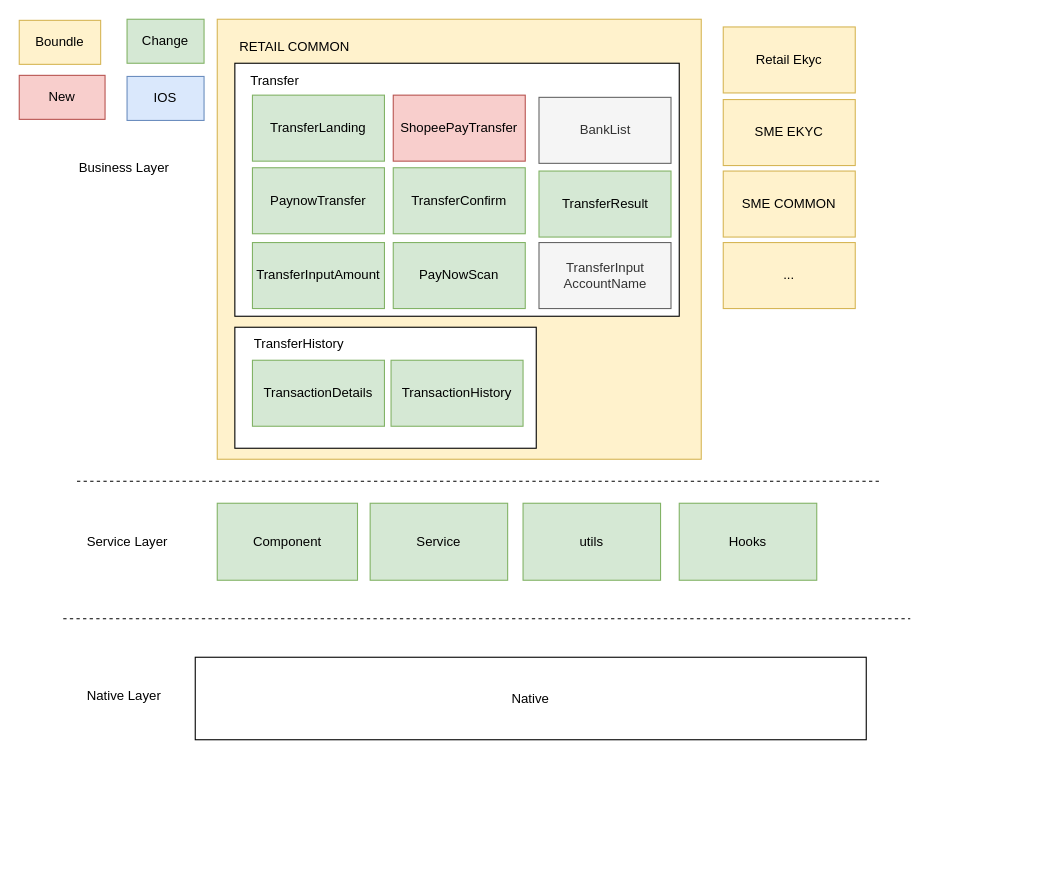
Before: SSP E-wallet top-up.drawio in RexYao97/sfrex, a draw.io diagram. Source tidied: cells renumbered, new cells numbered last; positions are measured from the earlier drawing's top-left corner, leaving out a move shared by most shapes. Both pictures are drawn from the tidied source at 110%, with x=0, y=0 at pixel (19, 19).
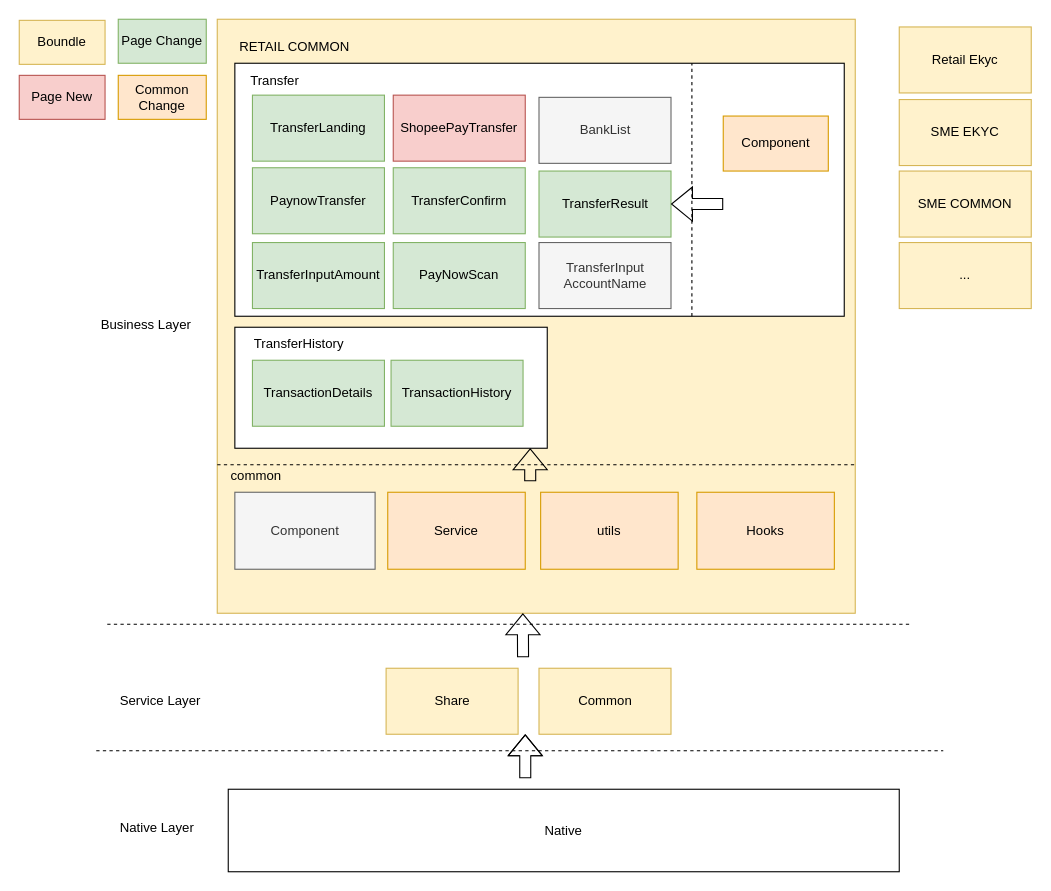
The same diagram, later.

The change refers to these unchanged cells:
```xml
<mxCell id="28" value="TransferResult" style="rounded=0;whiteSpace=wrap;html=1;fillColor=#d5e8d4;strokeColor=#82b366;" parent="1" vertex="1">
  <mxGeometry x="472.5" y="138" width="120" height="60" as="geometry" />
</mxCell>
```

Change to the diagram source:
```diff
@@
     <mxCell id="2" style="rounded=0;whiteSpace=wrap;html=1;fillColor=#fff2cc;strokeColor=#d6b656;" parent="1" vertex="1">
-      <mxGeometry x="180" width="440" height="400" as="geometry" />
+      <mxGeometry x="180" width="580" height="540" as="geometry" />
     </mxCell>
     <mxCell id="3" value="Business Layer" style="text;html=1;align=center;verticalAlign=middle;strokeColor=none;fillColor=none;" parent="1" vertex="1">
-      <mxGeometry x="40" y="120" width="110" height="30" as="geometry" />
+      <mxGeometry x="60" y="263" width="110" height="30" as="geometry" />
     </mxCell>
@@
     <mxCell id="5" value="Retail Ekyc" style="rounded=0;whiteSpace=wrap;html=1;fillColor=#fff2cc;strokeColor=#d6b656;" parent="1" vertex="1">
-      <mxGeometry x="640" y="7" width="120" height="60" as="geometry" />
+      <mxGeometry x="800" y="7" width="120" height="60" as="geometry" />
     </mxCell>
     <mxCell id="6" value="SME COMMON" style="rounded=0;whiteSpace=wrap;html=1;fillColor=#fff2cc;strokeColor=#d6b656;" parent="1" vertex="1">
-      <mxGeometry x="640" y="138" width="120" height="60" as="geometry" />
+      <mxGeometry x="800" y="138" width="120" height="60" as="geometry" />
     </mxCell>
     <mxCell id="7" value="SME EKYC" style="rounded=0;whiteSpace=wrap;html=1;fillColor=#fff2cc;strokeColor=#d6b656;" parent="1" vertex="1">
-      <mxGeometry x="640" y="73" width="120" height="60" as="geometry" />
+      <mxGeometry x="800" y="73" width="120" height="60" as="geometry" />
     </mxCell>
     <mxCell id="8" value="..." style="rounded=0;whiteSpace=wrap;html=1;fillColor=#fff2cc;strokeColor=#d6b656;" parent="1" vertex="1">
-      <mxGeometry x="640" y="203" width="120" height="60" as="geometry" />
+      <mxGeometry x="800" y="203" width="120" height="60" as="geometry" />
     </mxCell>
     <mxCell id="9" style="endArrow=none;dashed=1;html=1;rounded=0;" parent="1" edge="1">
       <mxGeometry relative="1" as="geometry">
-        <mxPoint x="52.5" y="420" as="sourcePoint" />
-        <mxPoint x="782.5" y="420" as="targetPoint" />
+        <mxPoint x="80" y="550" as="sourcePoint" />
+        <mxPoint x="810" y="550" as="targetPoint" />
       </mxGeometry>
     </mxCell>
     <mxCell id="10" value="Service Layer" style="text;html=1;align=center;verticalAlign=middle;strokeColor=none;fillColor=none;" parent="1" vertex="1">
-      <mxGeometry x="47.5" y="460" width="100" height="30" as="geometry" />
+      <mxGeometry x="78" y="605" width="100" height="30" as="geometry" />
     </mxCell>
-    <mxCell id="11" value="Component" style="rounded=0;whiteSpace=wrap;html=1;fillColor=#d5e8d4;strokeColor=#82b366;" parent="1" vertex="1">
-      <mxGeometry x="180" y="440" width="127.5" height="70" as="geometry" />
+    <mxCell id="11" value="Component" style="rounded=0;whiteSpace=wrap;html=1;fillColor=#f5f5f5;strokeColor=#666666;fontColor=#333333;" parent="1" vertex="1">
+      <mxGeometry x="196" y="430" width="127.5" height="70" as="geometry" />
     </mxCell>
     <mxCell id="12" style="endArrow=none;dashed=1;html=1;rounded=0;" parent="1" edge="1">
       <mxGeometry relative="1" as="geometry">
-        <mxPoint x="40" y="545" as="sourcePoint" />
-        <mxPoint x="810" y="545" as="targetPoint" />
+        <mxPoint x="70" y="665" as="sourcePoint" />
+        <mxPoint x="840" y="665" as="targetPoint" />
       </mxGeometry>
     </mxCell>
     <mxCell id="13" value="Native Layer" style="text;html=1;align=center;verticalAlign=middle;strokeColor=none;fillColor=none;" parent="1" vertex="1">
-      <mxGeometry x="50" y="600" width="90" height="30" as="geometry" />
+      <mxGeometry x="80" y="720" width="90" height="30" as="geometry" />
     </mxCell>
     <mxCell id="14" value="Native" style="rounded=0;whiteSpace=wrap;html=1;" parent="1" vertex="1">
-      <mxGeometry x="160" y="580" width="610" height="75" as="geometry" />
+      <mxGeometry x="190" y="700" width="610" height="75" as="geometry" />
     </mxCell>
     <mxCell id="15" value="Boundle" style="rounded=0;whiteSpace=wrap;html=1;fillColor=#fff2cc;strokeColor=#d6b656;" parent="1" vertex="1">
-      <mxGeometry y="1" width="74" height="40" as="geometry" />
+      <mxGeometry y="1" width="78" height="40" as="geometry" />
     </mxCell>
-    <mxCell id="16" value="New" style="rounded=0;whiteSpace=wrap;html=1;fillColor=#f8cecc;strokeColor=#b85450;" parent="1" vertex="1">
+    <mxCell id="16" value="Page New" style="rounded=0;whiteSpace=wrap;html=1;fillColor=#f8cecc;strokeColor=#b85450;" parent="1" vertex="1">
       <mxGeometry y="51" width="78" height="40" as="geometry" />
     </mxCell>
-    <mxCell id="17" value="Change" style="rounded=0;whiteSpace=wrap;html=1;fillColor=#d5e8d4;strokeColor=#82b366;" parent="1" vertex="1">
-      <mxGeometry x="98" width="70" height="40" as="geometry" />
+    <mxCell id="17" value="Page Change" style="rounded=0;whiteSpace=wrap;html=1;fillColor=#d5e8d4;strokeColor=#82b366;" parent="1" vertex="1">
+      <mxGeometry x="90" width="80" height="40" as="geometry" />
     </mxCell>
-    <mxCell id="18" value="IOS" style="rounded=0;whiteSpace=wrap;html=1;fillColor=#dae8fc;strokeColor=#6c8ebf;" parent="1" vertex="1">
-      <mxGeometry x="98" y="52" width="70" height="40" as="geometry" />
-    </mxCell>
     <mxCell id="19" style="rounded=0;whiteSpace=wrap;html=1;" parent="1" vertex="1">
-      <mxGeometry x="196" y="40" width="404" height="230" as="geometry" />
+      <mxGeometry x="196" y="40" width="554" height="230" as="geometry" />
     </mxCell>
@@
     <mxCell id="29" style="rounded=0;whiteSpace=wrap;html=1;" parent="1" vertex="1">
-      <mxGeometry x="196" y="280" width="274" height="110" as="geometry" />
+      <mxGeometry x="196" y="280" width="284" height="110" as="geometry" />
     </mxCell>
@@
-    <mxCell id="34" value="Service" style="rounded=0;whiteSpace=wrap;html=1;fillColor=#d5e8d4;strokeColor=#82b366;" parent="1" vertex="1">
-      <mxGeometry x="319" y="440" width="125" height="70" as="geometry" />
+    <mxCell id="34" value="Service" style="rounded=0;whiteSpace=wrap;html=1;fillColor=#ffe6cc;strokeColor=#d79b00;" parent="1" vertex="1">
+      <mxGeometry x="335" y="430" width="125" height="70" as="geometry" />
     </mxCell>
-    <mxCell id="35" value="utils" style="rounded=0;whiteSpace=wrap;html=1;fillColor=#d5e8d4;strokeColor=#82b366;" parent="1" vertex="1">
-      <mxGeometry x="458" y="440" width="125" height="70" as="geometry" />
+    <mxCell id="35" value="utils" style="rounded=0;whiteSpace=wrap;html=1;fillColor=#ffe6cc;strokeColor=#d79b00;" parent="1" vertex="1">
+      <mxGeometry x="474" y="430" width="125" height="70" as="geometry" />
     </mxCell>
-    <mxCell id="36" value="Hooks" style="rounded=0;whiteSpace=wrap;html=1;fillColor=#d5e8d4;strokeColor=#82b366;" parent="1" vertex="1">
-      <mxGeometry x="600" y="440" width="125" height="70" as="geometry" />
+    <mxCell id="36" value="Hooks" style="rounded=0;whiteSpace=wrap;html=1;fillColor=#ffe6cc;strokeColor=#d79b00;" parent="1" vertex="1">
+      <mxGeometry x="616" y="430" width="125" height="70" as="geometry" />
     </mxCell>
+    <mxCell id="37" style="endArrow=none;dashed=1;html=1;rounded=0;exitX=0.75;exitY=1;exitDx=0;exitDy=0;entryX=0.75;entryY=0;entryDx=0;entryDy=0;" parent="1" edge="1" source="19" target="19">
+      <mxGeometry relative="1" as="geometry" />
+    </mxCell>
+    <mxCell id="38" value="Component" style="rounded=0;whiteSpace=wrap;html=1;fillColor=#ffe6cc;strokeColor=#d79b00;" parent="1" vertex="1">
+      <mxGeometry x="640" y="88" width="95.5" height="50" as="geometry" />
+    </mxCell>
+    <mxCell id="39" style="shape=flexArrow;endArrow=classic;html=1;rounded=0;entryX=1;entryY=0.5;entryDx=0;entryDy=0;" parent="1" edge="1" target="28">
+      <mxGeometry relative="1" as="geometry">
+        <mxPoint x="640" y="168" as="sourcePoint" />
+      </mxGeometry>
+    </mxCell>
+    <mxCell id="40" style="shape=flexArrow;endArrow=classic;html=1;rounded=0;" parent="1" edge="1">
+      <mxGeometry relative="1" as="geometry">
+        <mxPoint x="460" y="690" as="sourcePoint" />
+        <mxPoint x="460" y="650" as="targetPoint" />
+        <Array as="points">
+          <mxPoint x="460" y="670" />
+        </Array>
+      </mxGeometry>
+    </mxCell>
+    <mxCell id="41" style="shape=flexArrow;endArrow=classic;html=1;rounded=0;" parent="1" edge="1">
+      <mxGeometry relative="1" as="geometry">
+        <mxPoint x="464.5" y="420" as="sourcePoint" />
+        <mxPoint x="464.5" y="390" as="targetPoint" />
+      </mxGeometry>
+    </mxCell>
+    <mxCell id="42" value="Share" style="rounded=0;whiteSpace=wrap;html=1;fillColor=#fff2cc;strokeColor=#d6b656;" parent="1" vertex="1">
+      <mxGeometry x="333.5" y="590" width="120" height="60" as="geometry" />
+    </mxCell>
+    <mxCell id="43" value="Common" style="rounded=0;whiteSpace=wrap;html=1;fillColor=#fff2cc;strokeColor=#d6b656;" parent="1" vertex="1">
+      <mxGeometry x="472.5" y="590" width="120" height="60" as="geometry" />
+    </mxCell>
+    <mxCell id="44" style="shape=flexArrow;endArrow=classic;html=1;rounded=0;entryX=0.479;entryY=1;entryDx=0;entryDy=0;entryPerimeter=0;" parent="1" edge="1" target="2">
+      <mxGeometry relative="1" as="geometry">
+        <mxPoint x="458" y="580" as="sourcePoint" />
+      </mxGeometry>
+    </mxCell>
+    <mxCell id="45" style="endArrow=none;dashed=1;html=1;rounded=0;entryX=1;entryY=0.75;entryDx=0;entryDy=0;exitX=0;exitY=0.75;exitDx=0;exitDy=0;" parent="1" edge="1" source="2" target="2">
+      <mxGeometry relative="1" as="geometry" />
+    </mxCell>
+    <mxCell id="46" value="common" style="text;html=1;align=center;verticalAlign=middle;strokeColor=none;fillColor=none;" parent="1" vertex="1">
+      <mxGeometry x="180" y="400" width="70" height="30" as="geometry" />
+    </mxCell>
+    <mxCell id="47" value="Common Change" style="rounded=0;whiteSpace=wrap;html=1;fillColor=#ffe6cc;strokeColor=#d79b00;" parent="1" vertex="1">
+      <mxGeometry x="90" y="51" width="80" height="40" as="geometry" />
+    </mxCell>
```
